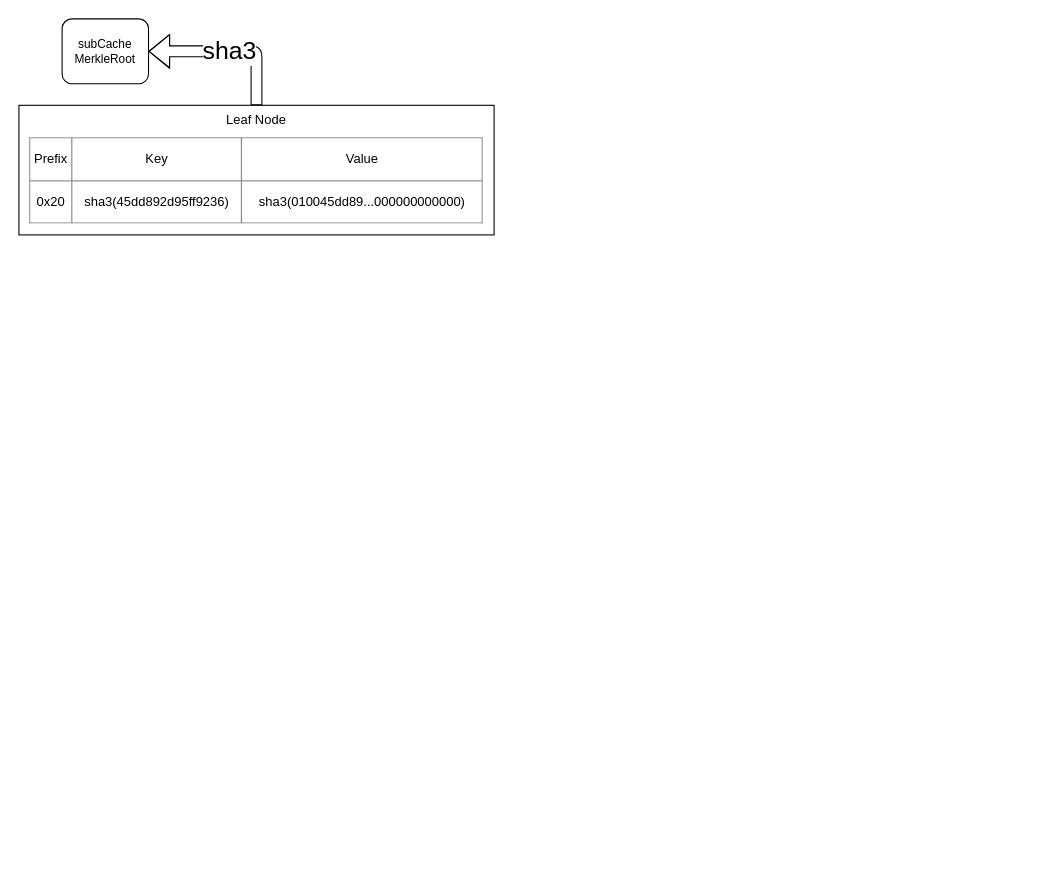
Earlier version of the draw.io diagram draw.io/patricia_tree.drawio (planethouki/images). Source tidied: cells renumbered, new cells numbered last; positions are measured from the earlier drawing's top-left corner, leaving out a move shared by most shapes. Both pictures are drawn from the tidied source at 108%, with x=0, y=0 at pixel (18, 18).
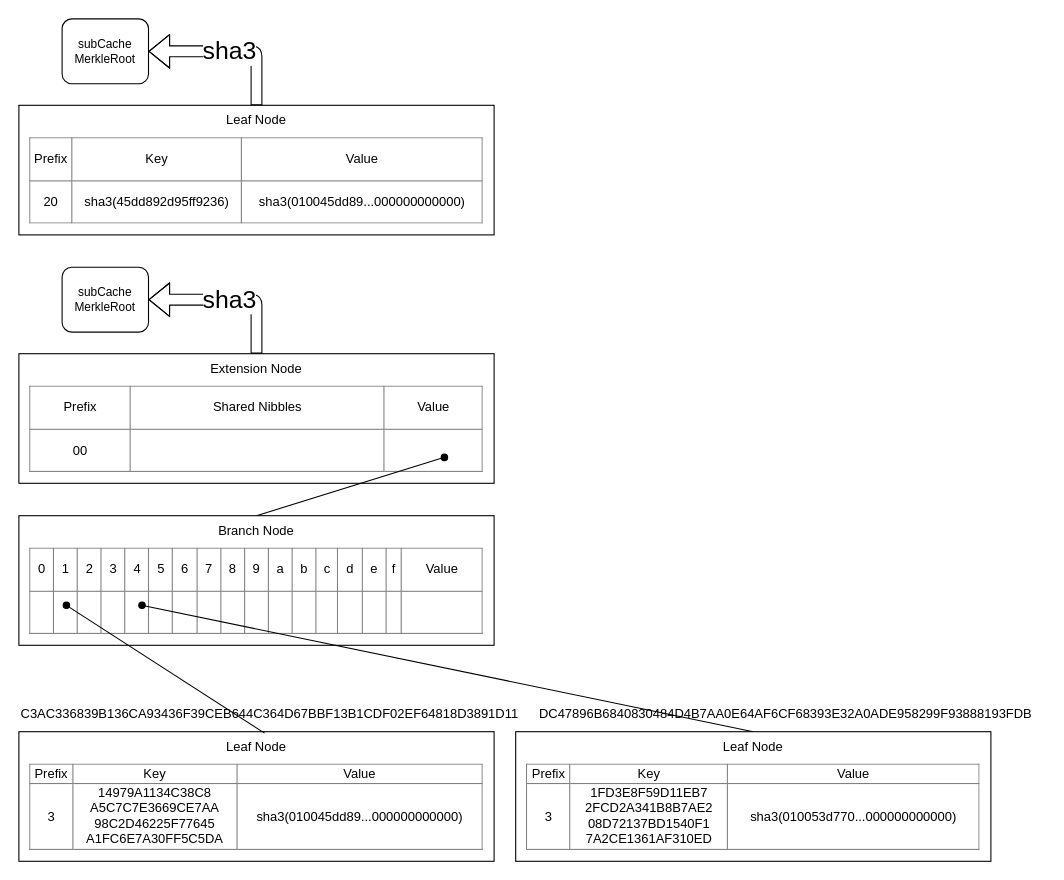
After the change.

Change to the diagram source:
```diff
@@
-    <mxCell id="3" value="&lt;table border=&quot;1&quot; width=&quot;100%&quot; style=&quot;width: 100% ; height: 100% ; border-collapse: collapse&quot;&gt;&lt;tbody&gt;&lt;tr&gt;&lt;td align=&quot;center&quot;&gt;Prefix&lt;/td&gt;&lt;td align=&quot;center&quot;&gt;Key&lt;/td&gt;&lt;td align=&quot;center&quot;&gt;Value&lt;/td&gt;&lt;/tr&gt;&lt;tr&gt;&lt;td align=&quot;center&quot;&gt;0x20&lt;/td&gt;&lt;td align=&quot;center&quot;&gt;sha3(45dd892d95ff9236)&lt;/td&gt;&lt;td align=&quot;center&quot;&gt;sha3(010045dd89...000000000000)&lt;/td&gt;&lt;/tr&gt;&lt;/tbody&gt;&lt;/table&gt;" style="text;html=1;strokeColor=none;fillColor=none;overflow=fill;" parent="1" vertex="1">
+    <mxCell id="3" value="&lt;table border=&quot;1&quot; width=&quot;100%&quot; style=&quot;width: 100% ; height: 100% ; border-collapse: collapse&quot;&gt;&lt;tbody&gt;&lt;tr&gt;&lt;td align=&quot;center&quot;&gt;Prefix&lt;/td&gt;&lt;td align=&quot;center&quot;&gt;Key&lt;/td&gt;&lt;td align=&quot;center&quot;&gt;Value&lt;/td&gt;&lt;/tr&gt;&lt;tr&gt;&lt;td align=&quot;center&quot;&gt;20&lt;/td&gt;&lt;td align=&quot;center&quot;&gt;sha3(45dd892d95ff9236)&lt;/td&gt;&lt;td align=&quot;center&quot;&gt;sha3(010045dd89...000000000000)&lt;/td&gt;&lt;/tr&gt;&lt;/tbody&gt;&lt;/table&gt;" style="text;html=1;strokeColor=none;fillColor=none;overflow=fill;" parent="1" vertex="1">
       <mxGeometry x="10" y="110" width="420" height="80" as="geometry" />
     </mxCell>
@@
+    <mxCell id="6" value="Extension Node" style="rounded=0;whiteSpace=wrap;html=1;verticalAlign=top;" parent="1" vertex="1">
+      <mxGeometry y="310" width="440" height="120" as="geometry" />
+    </mxCell>
+    <mxCell id="7" value="&lt;table border=&quot;1&quot; width=&quot;100%&quot; style=&quot;width: 100% ; height: 100% ; border-collapse: collapse&quot;&gt;&lt;tbody&gt;&lt;tr&gt;&lt;td align=&quot;center&quot;&gt;Prefix&lt;/td&gt;&lt;td align=&quot;center&quot;&gt;Shared Nibbles&lt;/td&gt;&lt;td align=&quot;center&quot;&gt;Value&lt;/td&gt;&lt;/tr&gt;&lt;tr&gt;&lt;td align=&quot;center&quot;&gt;00&lt;/td&gt;&lt;td align=&quot;center&quot;&gt;&lt;br&gt;&lt;/td&gt;&lt;td align=&quot;center&quot;&gt;&lt;br&gt;&lt;/td&gt;&lt;/tr&gt;&lt;/tbody&gt;&lt;/table&gt;" style="text;html=1;strokeColor=none;fillColor=none;overflow=fill;" parent="1" vertex="1">
+      <mxGeometry x="10" y="340" width="420" height="80" as="geometry" />
+    </mxCell>
+    <mxCell id="8" value="sha3" style="shape=flexArrow;endArrow=classic;html=1;exitX=0.5;exitY=0;exitDx=0;exitDy=0;fontSize=23;entryX=1;entryY=0.5;entryDx=0;entryDy=0;" parent="1" edge="1" source="6" target="9">
+      <mxGeometry relative="1" as="geometry">
+        <Array as="points">
+          <mxPoint x="220" y="260" />
+        </Array>
+      </mxGeometry>
+    </mxCell>
+    <mxCell id="9" value="subCache&lt;br&gt;MerkleRoot&lt;br&gt;" style="rounded=1;whiteSpace=wrap;html=1;fontSize=11;" parent="1" vertex="1">
+      <mxGeometry x="40" y="230" width="80" height="60" as="geometry" />
+    </mxCell>
+    <mxCell id="10" style="rounded=0;jettySize=auto;html=1;exitX=0.5;exitY=0;exitDx=0;exitDy=0;endArrow=oval;endFill=1;" parent="1" edge="1" source="11">
+      <mxGeometry relative="1" as="geometry">
+        <mxPoint x="394" y="406" as="targetPoint" />
+      </mxGeometry>
+    </mxCell>
+    <mxCell id="11" value="Branch Node" style="rounded=0;whiteSpace=wrap;html=1;verticalAlign=top;" parent="1" vertex="1">
+      <mxGeometry y="460" width="440" height="120" as="geometry" />
+    </mxCell>
+    <mxCell id="12" value="&lt;table border=&quot;1&quot; width=&quot;100%&quot; style=&quot;width: 100% ; height: 100% ; border-collapse: collapse&quot;&gt;&lt;tbody&gt;&lt;tr&gt;&lt;td align=&quot;center&quot;&gt;0&lt;/td&gt;&lt;td style=&quot;text-align: center&quot;&gt;1&lt;/td&gt;&lt;td style=&quot;text-align: center&quot;&gt;2&lt;/td&gt;&lt;td style=&quot;text-align: center&quot;&gt;3&lt;/td&gt;&lt;td style=&quot;text-align: center&quot;&gt;4&lt;/td&gt;&lt;td style=&quot;text-align: center&quot;&gt;5&lt;/td&gt;&lt;td style=&quot;text-align: center&quot;&gt;6&lt;/td&gt;&lt;td style=&quot;text-align: center&quot;&gt;7&lt;/td&gt;&lt;td style=&quot;text-align: center&quot;&gt;8&lt;/td&gt;&lt;td style=&quot;text-align: center&quot;&gt;9&lt;/td&gt;&lt;td style=&quot;text-align: center&quot;&gt;a&lt;/td&gt;&lt;td style=&quot;text-align: center&quot;&gt;b&lt;/td&gt;&lt;td style=&quot;text-align: center&quot;&gt;c&lt;/td&gt;&lt;td style=&quot;text-align: center&quot;&gt;d&lt;/td&gt;&lt;td style=&quot;text-align: center&quot;&gt;e&lt;/td&gt;&lt;td style=&quot;text-align: center&quot;&gt;f&lt;/td&gt;&lt;td align=&quot;center&quot;&gt;Value&lt;/td&gt;&lt;/tr&gt;&lt;tr&gt;&lt;td align=&quot;center&quot;&gt;&lt;br&gt;&lt;/td&gt;&lt;td&gt;&lt;br&gt;&lt;/td&gt;&lt;td&gt;&lt;br&gt;&lt;/td&gt;&lt;td&gt;&lt;br&gt;&lt;/td&gt;&lt;td&gt;&lt;br&gt;&lt;/td&gt;&lt;td&gt;&lt;br&gt;&lt;/td&gt;&lt;td&gt;&lt;br&gt;&lt;/td&gt;&lt;td&gt;&lt;br&gt;&lt;/td&gt;&lt;td&gt;&lt;br&gt;&lt;/td&gt;&lt;td&gt;&lt;br&gt;&lt;/td&gt;&lt;td&gt;&lt;br&gt;&lt;/td&gt;&lt;td&gt;&lt;br&gt;&lt;/td&gt;&lt;td&gt;&lt;br&gt;&lt;/td&gt;&lt;td&gt;&lt;br&gt;&lt;/td&gt;&lt;td&gt;&lt;br&gt;&lt;/td&gt;&lt;td&gt;&lt;br&gt;&lt;/td&gt;&lt;td align=&quot;center&quot;&gt;&lt;br&gt;&lt;/td&gt;&lt;/tr&gt;&lt;/tbody&gt;&lt;/table&gt;" style="text;html=1;strokeColor=none;fillColor=none;overflow=fill;" parent="1" vertex="1">
+      <mxGeometry x="10" y="490" width="420" height="80" as="geometry" />
+    </mxCell>
+    <mxCell id="13" value="Leaf Node" style="rounded=0;whiteSpace=wrap;html=1;verticalAlign=top;" parent="1" vertex="1">
+      <mxGeometry y="660" width="440" height="120" as="geometry" />
+    </mxCell>
+    <mxCell id="14" value="&lt;table border=&quot;1&quot; width=&quot;100%&quot; style=&quot;width: 100% ; height: 100% ; border-collapse: collapse&quot;&gt;&lt;tbody&gt;&lt;tr&gt;&lt;td align=&quot;center&quot;&gt;Prefix&lt;/td&gt;&lt;td align=&quot;center&quot;&gt;Key&lt;/td&gt;&lt;td align=&quot;center&quot;&gt;Value&lt;/td&gt;&lt;/tr&gt;&lt;tr&gt;&lt;td align=&quot;center&quot;&gt;3&lt;/td&gt;&lt;td align=&quot;center&quot;&gt;14979A1134C38C8&lt;br&gt;A5C7C7E3669CE7AA&lt;br&gt;98C2D46225F77645&lt;br&gt;A1FC6E7A30FF5C5DA&lt;br&gt;&lt;/td&gt;&lt;td align=&quot;center&quot;&gt;sha3(010045dd89...000000000000)&lt;/td&gt;&lt;/tr&gt;&lt;/tbody&gt;&lt;/table&gt;" style="text;html=1;strokeColor=none;fillColor=none;overflow=fill;" parent="1" vertex="1">
+      <mxGeometry x="10" y="690" width="420" height="80" as="geometry" />
+    </mxCell>
+    <mxCell id="15" style="rounded=0;jettySize=auto;html=1;exitX=0.517;exitY=0.011;exitDx=0;exitDy=0;endArrow=oval;endFill=1;exitPerimeter=0;" parent="1" edge="1" source="13">
+      <mxGeometry relative="1" as="geometry">
+        <mxPoint x="44" y="543" as="targetPoint" />
+      </mxGeometry>
+    </mxCell>
+    <mxCell id="16" style="rounded=0;jettySize=auto;html=1;endArrow=oval;endFill=1;exitX=0.5;exitY=0;exitDx=0;exitDy=0;" parent="1" edge="1" source="17">
+      <mxGeometry relative="1" as="geometry">
+        <mxPoint x="114" y="543" as="targetPoint" />
+      </mxGeometry>
+    </mxCell>
+    <mxCell id="17" value="Leaf Node" style="rounded=0;whiteSpace=wrap;html=1;verticalAlign=top;" parent="1" vertex="1">
+      <mxGeometry x="460" y="660" width="440" height="120" as="geometry" />
+    </mxCell>
+    <mxCell id="18" value="&lt;table border=&quot;1&quot; width=&quot;100%&quot; style=&quot;width: 100% ; height: 100% ; border-collapse: collapse&quot;&gt;&lt;tbody&gt;&lt;tr&gt;&lt;td align=&quot;center&quot;&gt;Prefix&lt;/td&gt;&lt;td align=&quot;center&quot;&gt;Key&lt;/td&gt;&lt;td align=&quot;center&quot;&gt;Value&lt;/td&gt;&lt;/tr&gt;&lt;tr&gt;&lt;td align=&quot;center&quot;&gt;3&lt;/td&gt;&lt;td align=&quot;center&quot;&gt;1FD3E8F59D11EB7&lt;br&gt;2FCD2A341B8B7AE2&lt;br&gt;08D72137BD1540F1&lt;br&gt;7A2CE1361AF310ED&lt;/td&gt;&lt;td align=&quot;center&quot;&gt;sha3(010053d770...000000000000)&lt;/td&gt;&lt;/tr&gt;&lt;/tbody&gt;&lt;/table&gt;" style="text;html=1;strokeColor=none;fillColor=none;overflow=fill;" parent="1" vertex="1">
+      <mxGeometry x="470" y="690" width="420" height="80" as="geometry" />
+    </mxCell>
+    <mxCell id="19" value="C3AC336839B136CA93436F39CEB644C364D67BBF13B1CDF02EF64818D3891D11" style="text;html=1;align=left;verticalAlign=top;spacingTop=-4;" parent="1" vertex="1">
+      <mxGeometry y="634" width="480" height="20" as="geometry" />
+    </mxCell>
+    <mxCell id="20" value="DC47896B6840830484D4B7AA0E64AF6CF68393E32A0ADE958299F93888193FDB" style="text;html=1;align=left;verticalAlign=top;spacingTop=-4;" parent="1" vertex="1">
+      <mxGeometry x="480" y="634" width="470" height="20" as="geometry" />
+    </mxCell>
```
